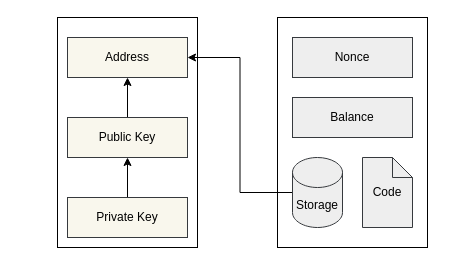
Before: page "account-abstraction" (8 of 22) of documents/master.drawio in phamhongphuc1999/account-abstraction-app, a draw.io diagram. Source tidied: cells renumbered, new cells numbered last; positions are measured from the earlier drawing's top-left corner, leaving out a move shared by most shapes. Both pictures are drawn from the tidied source at 100%, with x=0, y=0 at pixel (57, 17).
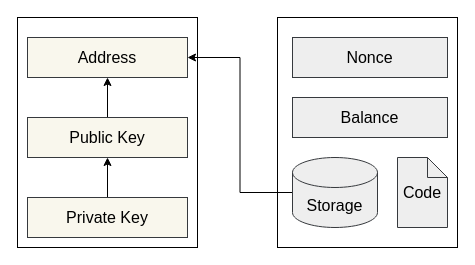
Above is the later version.

Diff of the diagram source:
```diff
@@
 <mxGraphModel>
   <root>
     <mxCell id="0" />
     <mxCell id="1" parent="0" />
-    <mxCell id="2" style="rounded=0;whiteSpace=wrap;html=1;" parent="1" vertex="1">
-      <mxGeometry width="140" height="230" as="geometry" />
+    <mxCell id="2" style="rounded=0;whiteSpace=wrap;html=1;fontSize=16;" parent="1" vertex="1">
+      <mxGeometry x="-40" width="180" height="230" as="geometry" />
     </mxCell>
-    <mxCell id="3" value="Address" style="rounded=0;whiteSpace=wrap;html=1;fillColor=#f9f7ed;strokeColor=#36393d;" parent="1" vertex="1">
-      <mxGeometry x="10" y="20" width="120" height="40" as="geometry" />
+    <mxCell id="3" value="Address" style="rounded=0;whiteSpace=wrap;html=1;fillColor=#f9f7ed;strokeColor=#36393d;fontSize=16;" parent="1" vertex="1">
+      <mxGeometry x="-30" y="20" width="160" height="40" as="geometry" />
     </mxCell>
-    <mxCell id="4" style="edgeStyle=orthogonalEdgeStyle;rounded=0;jettySize=auto;html=1;" parent="1" edge="1" source="5" target="3">
+    <mxCell id="4" style="edgeStyle=orthogonalEdgeStyle;rounded=0;jettySize=auto;html=1;fontSize=16;" parent="1" edge="1" source="5" target="3">
       <mxGeometry relative="1" as="geometry" />
     </mxCell>
-    <mxCell id="5" value="Public Key" style="rounded=0;whiteSpace=wrap;html=1;fillColor=#f9f7ed;strokeColor=#36393d;" parent="1" vertex="1">
-      <mxGeometry x="10" y="100" width="120" height="40" as="geometry" />
+    <mxCell id="5" value="Public Key" style="rounded=0;whiteSpace=wrap;html=1;fillColor=#f9f7ed;strokeColor=#36393d;fontSize=16;" parent="1" vertex="1">
+      <mxGeometry x="-30" y="100" width="160" height="40" as="geometry" />
     </mxCell>
-    <mxCell id="6" style="edgeStyle=orthogonalEdgeStyle;rounded=0;jettySize=auto;html=1;" parent="1" edge="1" source="7" target="5">
+    <mxCell id="6" style="edgeStyle=orthogonalEdgeStyle;rounded=0;jettySize=auto;html=1;fontSize=16;" parent="1" edge="1" source="7" target="5">
       <mxGeometry relative="1" as="geometry" />
     </mxCell>
-    <mxCell id="7" value="Private Key" style="rounded=0;whiteSpace=wrap;html=1;fillColor=#f9f7ed;strokeColor=#36393d;" parent="1" vertex="1">
-      <mxGeometry x="10" y="180" width="120" height="40" as="geometry" />
+    <mxCell id="7" value="Private Key" style="rounded=0;whiteSpace=wrap;html=1;fillColor=#f9f7ed;strokeColor=#36393d;fontSize=16;" parent="1" vertex="1">
+      <mxGeometry x="-30" y="180" width="160" height="40" as="geometry" />
     </mxCell>
-    <mxCell id="8" style="rounded=0;whiteSpace=wrap;html=1;" parent="1" vertex="1">
-      <mxGeometry x="220" width="150" height="230" as="geometry" />
+    <mxCell id="8" style="rounded=0;whiteSpace=wrap;html=1;fontSize=16;" parent="1" vertex="1">
+      <mxGeometry x="220" width="180" height="230" as="geometry" />
     </mxCell>
-    <mxCell id="9" value="Balance" style="rounded=0;whiteSpace=wrap;html=1;fillColor=#eeeeee;strokeColor=#36393d;" parent="1" vertex="1">
-      <mxGeometry x="235" y="80" width="120" height="40" as="geometry" />
+    <mxCell id="9" value="Balance" style="rounded=0;whiteSpace=wrap;html=1;fillColor=#eeeeee;strokeColor=#36393d;fontSize=16;" parent="1" vertex="1">
+      <mxGeometry x="235" y="80" width="155" height="40" as="geometry" />
     </mxCell>
-    <mxCell id="10" value="Nonce" style="rounded=0;whiteSpace=wrap;html=1;fillColor=#eeeeee;strokeColor=#36393d;" parent="1" vertex="1">
-      <mxGeometry x="235" y="20" width="120" height="40" as="geometry" />
+    <mxCell id="10" value="Nonce" style="rounded=0;whiteSpace=wrap;html=1;fillColor=#eeeeee;strokeColor=#36393d;fontSize=16;" parent="1" vertex="1">
+      <mxGeometry x="235" y="20" width="155" height="40" as="geometry" />
     </mxCell>
-    <mxCell id="11" style="edgeStyle=orthogonalEdgeStyle;rounded=0;jettySize=auto;html=1;entryX=1;entryY=0.5;entryDx=0;entryDy=0;" parent="1" edge="1" source="12" target="3">
+    <mxCell id="11" style="edgeStyle=orthogonalEdgeStyle;rounded=0;jettySize=auto;html=1;entryX=1;entryY=0.5;entryDx=0;entryDy=0;fontSize=16;" parent="1" edge="1" source="12" target="3">
       <mxGeometry relative="1" as="geometry" />
     </mxCell>
-    <mxCell id="12" value="Storage" style="shape=cylinder3;whiteSpace=wrap;html=1;boundedLbl=1;backgroundOutline=1;size=15;fillColor=#eeeeee;strokeColor=#36393d;" parent="1" vertex="1">
-      <mxGeometry x="235" y="140" width="50" height="70" as="geometry" />
+    <mxCell id="12" value="Storage" style="shape=cylinder3;whiteSpace=wrap;html=1;boundedLbl=1;backgroundOutline=1;size=15;fillColor=#eeeeee;strokeColor=#36393d;fontSize=16;" parent="1" vertex="1">
+      <mxGeometry x="235" y="140" width="85" height="70" as="geometry" />
     </mxCell>
-    <mxCell id="13" value="Code" style="shape=note;size=20;whiteSpace=wrap;html=1;fillColor=#eeeeee;strokeColor=#36393d;" parent="1" vertex="1">
-      <mxGeometry x="305" y="140" width="50" height="70" as="geometry" />
+    <mxCell id="13" value="Code" style="shape=note;size=20;whiteSpace=wrap;html=1;fillColor=#eeeeee;strokeColor=#36393d;fontSize=16;" parent="1" vertex="1">
+      <mxGeometry x="340" y="140" width="50" height="70" as="geometry" />
     </mxCell>
   </root>
 </mxGraphModel>
```
